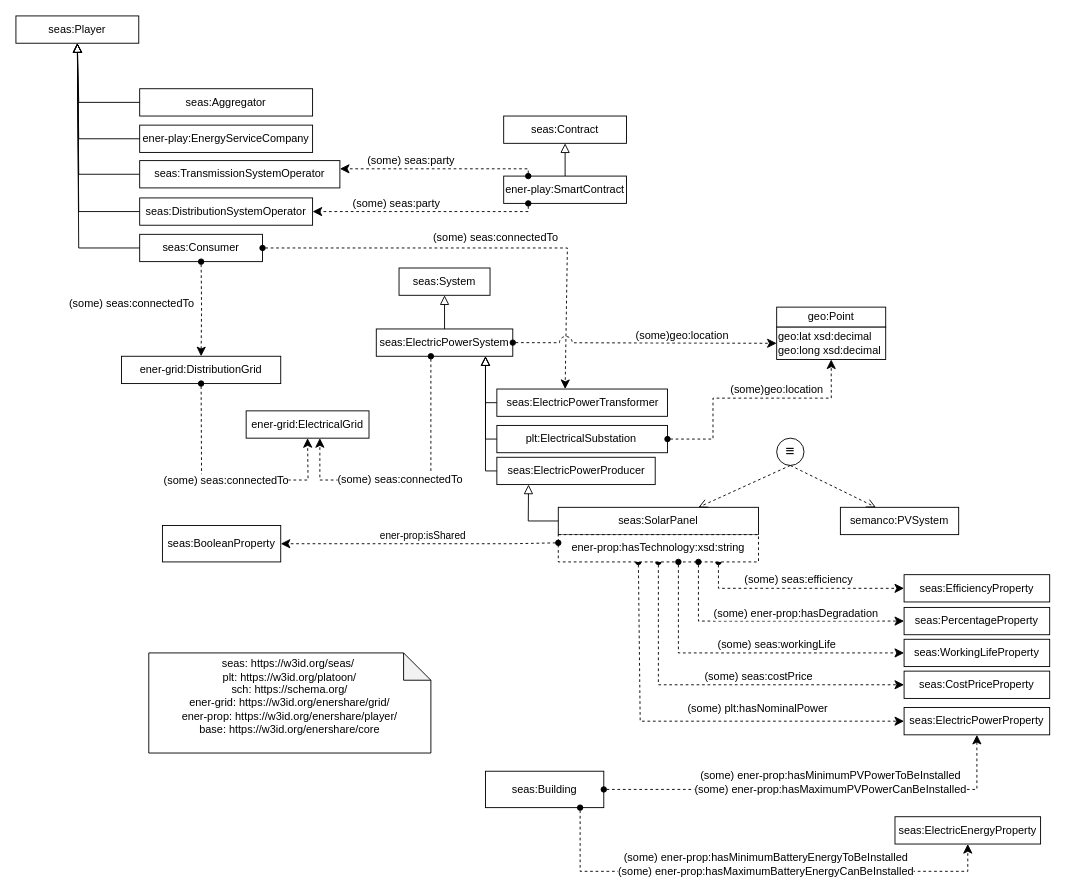
EnershareProject/EnershareOntologies keeps this draw.io diagram as page "grid - 2a & 2b" (10 of 12) of SDMPilotsDiagrams/Harmonized-SDM-Pilot2-V1.7.drawio. Above is the earlier version. Source tidied: cells renumbered, new cells numbered last; positions are measured from the earlier drawing's top-left corner, leaving out a move shared by most shapes. Both pictures are drawn from the tidied source at 91%, with x=0, y=0 at pixel (15, 15).
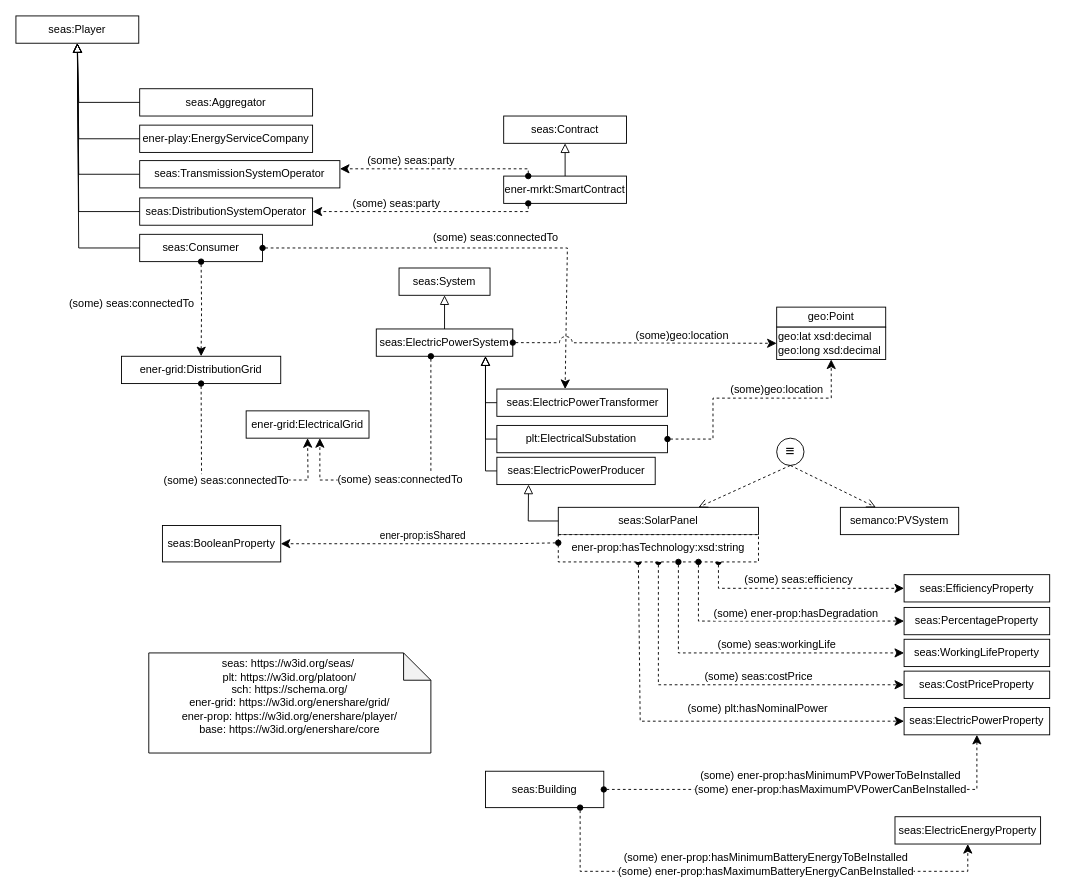
Above is the later version.

Diff of the diagram source:
```diff
@@
-    <mxCell id="22" value="ener-play:SmartContract" style="rounded=0;whiteSpace=wrap;html=1;snapToPoint=1;points=[[0.1,0],[0.2,0],[0.3,0],[0.4,0],[0.5,0],[0.6,0],[0.7,0],[0.8,0],[0.9,0],[0,0.1],[0,0.3],[0,0.5],[0,0.7],[0,0.9],[0.1,1],[0.2,1],[0.3,1],[0.4,1],[0.5,1],[0.6,1],[0.7,1],[0.8,1],[0.9,1],[1,0.1],[1,0.3],[1,0.5],[1,0.7],[1,0.9]];" parent="1" vertex="1">
+    <mxCell id="22" value="ener-mrkt:SmartContract" style="rounded=0;whiteSpace=wrap;html=1;snapToPoint=1;points=[[0.1,0],[0.2,0],[0.3,0],[0.4,0],[0.5,0],[0.6,0],[0.7,0],[0.8,0],[0.9,0],[0,0.1],[0,0.3],[0,0.5],[0,0.7],[0,0.9],[0.1,1],[0.2,1],[0.3,1],[0.4,1],[0.5,1],[0.6,1],[0.7,1],[0.8,1],[0.9,1],[1,0.1],[1,0.3],[1,0.5],[1,0.7],[1,0.9]];" parent="1" vertex="1">
       <mxGeometry x="536" y="176" width="135" height="30" as="geometry" />
     </mxCell>
```
